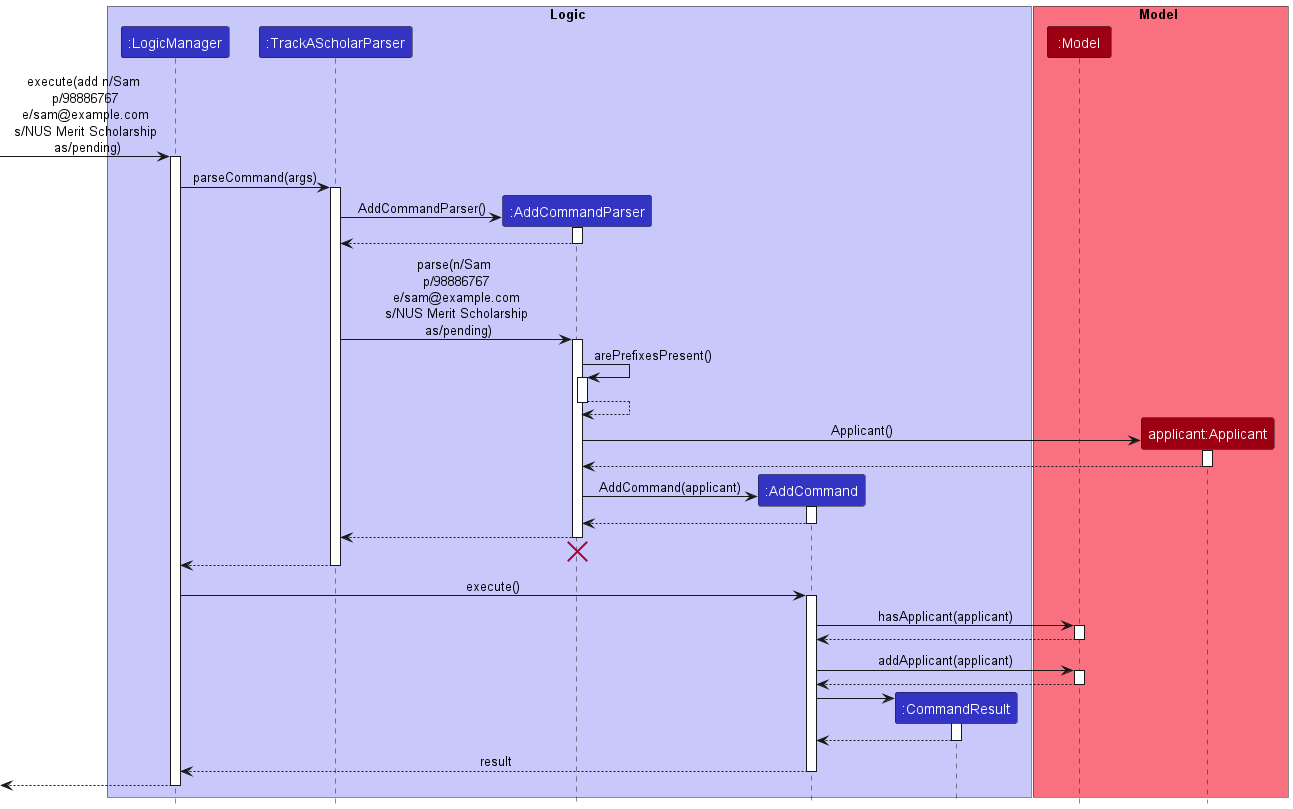
Earlier version of the PlantUML export docs/images/AddSequenceDiagram.png (nus-cs2103-AY2223S1/tp).
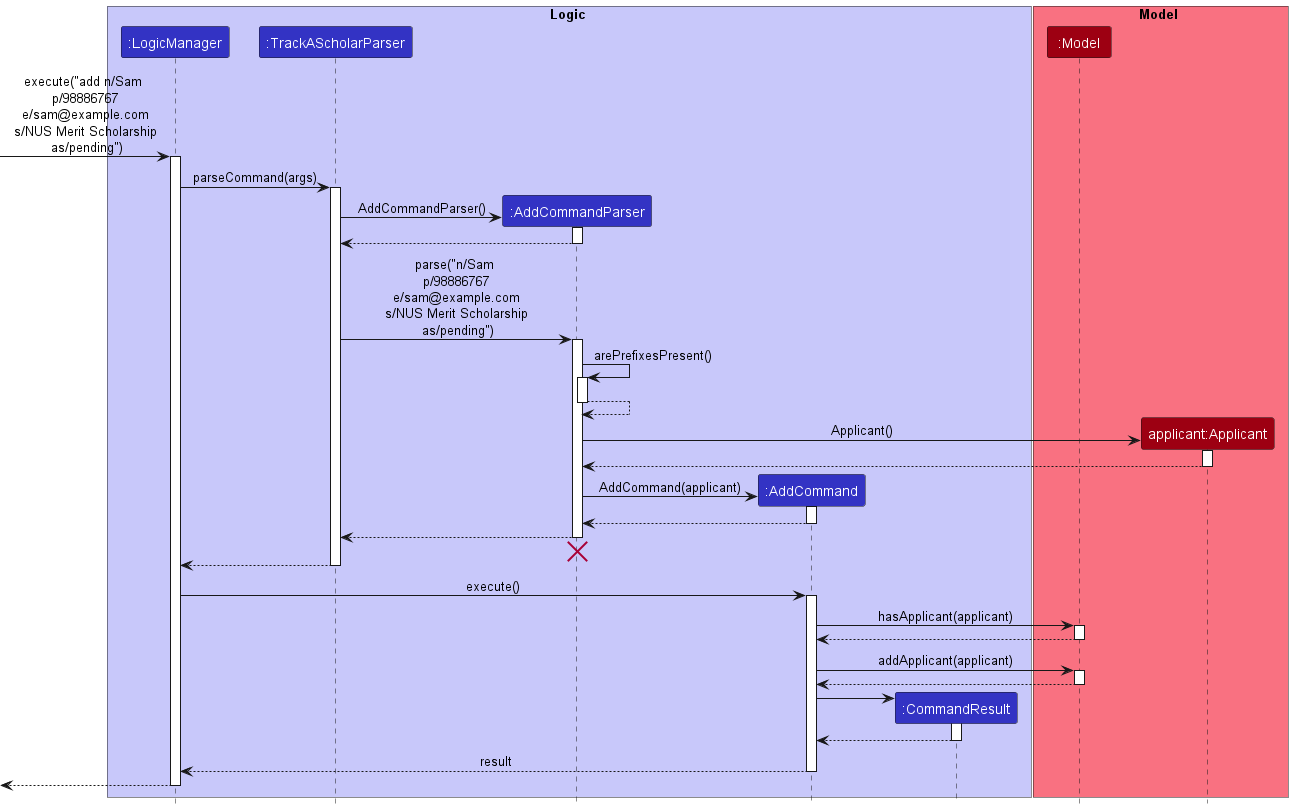
Later version of the same file.

What changed in the source:
```diff
@@ -16,7 +16,7 @@
 participant "applicant:Applicant" as Applicant MODEL_COLOR
 end box
 
-[-> LogicManager : execute(add n/Sam \n p/98886767 \n e/sam@example.com \n s/NUS Merit Scholarship \n as/pending)
+[-> LogicManager : execute("add n/Sam \n p/98886767 \n e/sam@example.com \n s/NUS Merit Scholarship \n as/pending")
 activate LogicManager
 
 LogicManager -> TrackAScholarParser : parseCommand(args)
@@ -30,7 +30,7 @@
 deactivate AddCommandParser
 
 
-TrackAScholarParser -> AddCommandParser : parse(n/Sam \n p/98886767 \n e/sam@example.com \n s/NUS Merit Scholarship \n as/pending)
+TrackAScholarParser -> AddCommandParser : parse("n/Sam \n p/98886767 \n e/sam@example.com \n s/NUS Merit Scholarship \n as/pending")
 activate AddCommandParser
 
 
```
